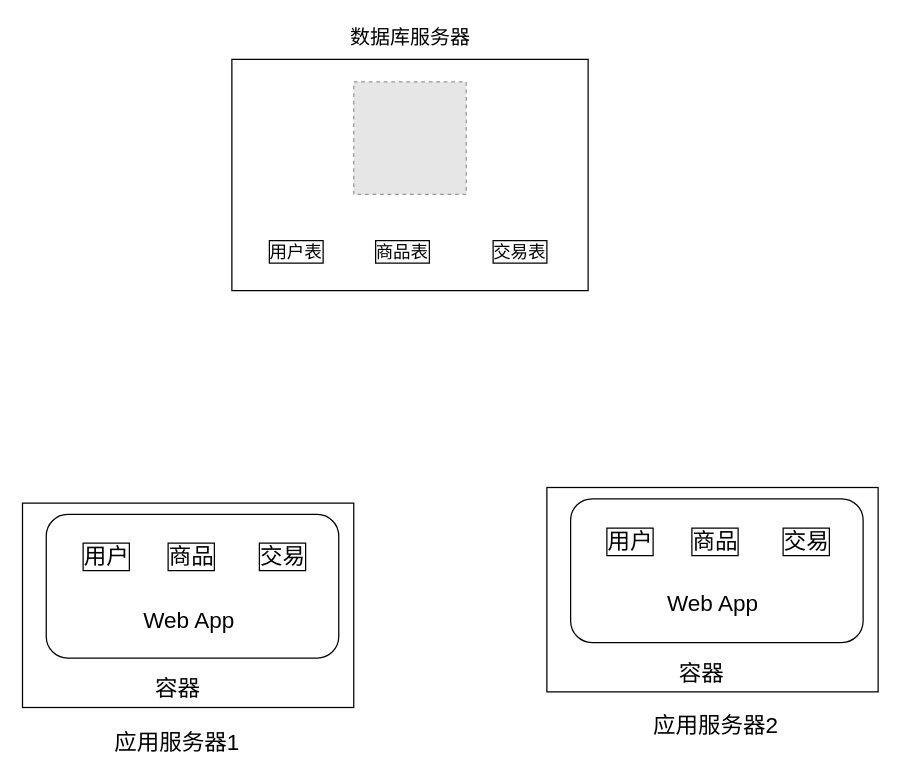
Earlier version of the draw.io diagram 数据库.drawio (cainiaoup/ws_diagrams). Source tidied: cells renumbered, new cells numbered last; positions are measured from the earlier drawing's top-left corner, leaving out a move shared by most shapes. Both pictures are drawn from the tidied source at 125%, with x=0, y=0 at pixel (21, 21). Pictures stored in the file or linked from it are replaced by grey dashed boxes.
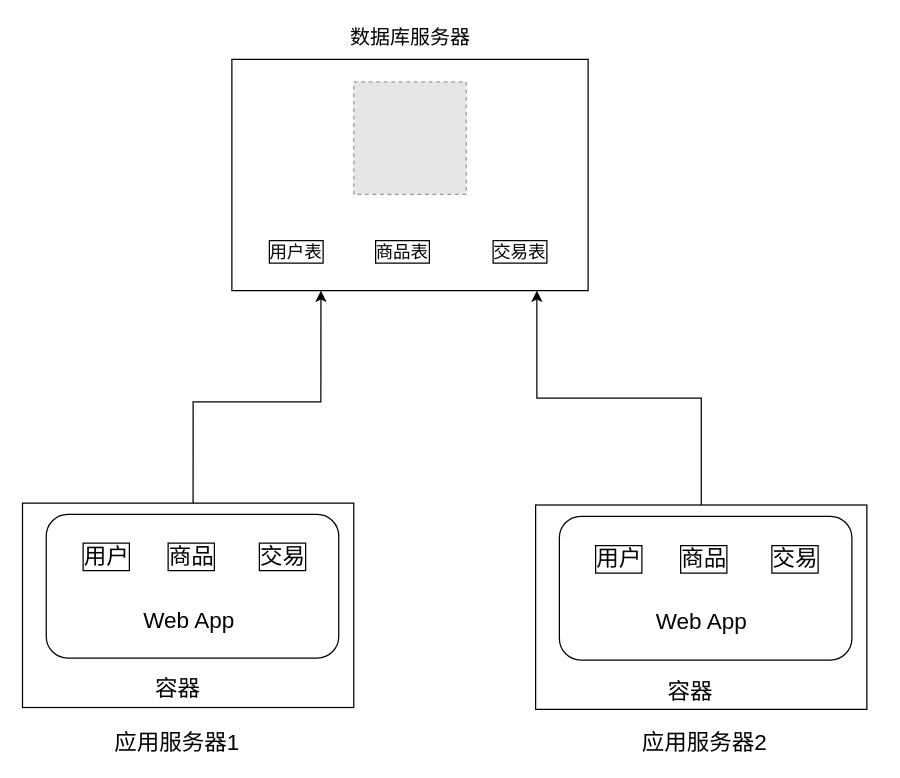
The same page after the edit.

Commit message (it also covers changes not shown here):
更新数据库.drawio

Unchanged cells that the change refers to:
```xml
<mxCell id="2" style="rounded=0;whiteSpace=wrap;html=1;strokeColor=#000000;fontSize=14;" parent="1" vertex="1">
  <mxGeometry x="0.5" y="385" width="265" height="163.5" as="geometry" />
</mxCell>
<mxCell id="4" style="rounded=0;whiteSpace=wrap;html=1;" parent="1" vertex="1">
  <mxGeometry x="168" y="30" width="285" height="185" as="geometry" />
</mxCell>
```

The edit, as a diff of the source:
```diff
@@
+    <mxCell id="24" style="edgeStyle=orthogonalEdgeStyle;rounded=0;jettySize=auto;html=1;fontSize=18;entryX=0.25;entryY=1;entryDx=0;entryDy=0;exitX=0.515;exitY=0;exitDx=0;exitDy=0;exitPerimeter=0;" parent="1" edge="1" source="2" target="4">
+      <mxGeometry relative="1" as="geometry">
+        <Array as="points">
+          <mxPoint x="137" y="304" />
+          <mxPoint x="239" y="304" />
+        </Array>
+      </mxGeometry>
+    </mxCell>
@@
+    <mxCell id="25" style="edgeStyle=orthogonalEdgeStyle;rounded=0;jettySize=auto;html=1;fontSize=18;" parent="1" edge="1" source="16" target="4">
+      <mxGeometry relative="1" as="geometry">
+        <Array as="points">
+          <mxPoint x="544" y="301" />
+          <mxPoint x="412" y="301" />
+        </Array>
+      </mxGeometry>
+    </mxCell>
     <mxCell id="16" style="rounded=0;whiteSpace=wrap;html=1;strokeColor=#000000;fontSize=14;" parent="1" vertex="1">
-      <mxGeometry x="420" y="372.5" width="265" height="163.5" as="geometry" />
+      <mxGeometry x="411" y="386.5" width="265" height="163.5" as="geometry" />
     </mxCell>
     <mxCell id="17" style="rounded=1;whiteSpace=wrap;html=1;strokeColor=#000000;fontSize=14;" parent="1" vertex="1">
-      <mxGeometry x="439" y="381.5" width="234" height="115" as="geometry" />
+      <mxGeometry x="430" y="395.5" width="234" height="115" as="geometry" />
     </mxCell>
     <mxCell id="18" value="用户" style="text;html=1;strokeColor=none;fillColor=none;align=center;verticalAlign=middle;whiteSpace=wrap;rounded=0;fontSize=18;labelBorderColor=#000000;" parent="1" vertex="1">
-      <mxGeometry x="459" y="398.5" width="56" height="34" as="geometry" />
+      <mxGeometry x="450" y="412.5" width="56" height="34" as="geometry" />
     </mxCell>
     <mxCell id="19" value="商品" style="text;html=1;strokeColor=none;fillColor=none;align=center;verticalAlign=middle;whiteSpace=wrap;rounded=0;fontSize=18;labelBorderColor=#000000;" parent="1" vertex="1">
-      <mxGeometry x="527" y="398.5" width="56" height="34" as="geometry" />
+      <mxGeometry x="518" y="412.5" width="56" height="34" as="geometry" />
     </mxCell>
     <mxCell id="20" value="交易" style="text;html=1;strokeColor=none;fillColor=none;align=center;verticalAlign=middle;whiteSpace=wrap;rounded=0;fontSize=18;labelBorderColor=#000000;" parent="1" vertex="1">
-      <mxGeometry x="600" y="398.5" width="56" height="34" as="geometry" />
+      <mxGeometry x="591" y="412.5" width="56" height="34" as="geometry" />
     </mxCell>
     <mxCell id="21" value="Web App" style="text;html=1;strokeColor=none;fillColor=none;align=center;verticalAlign=middle;whiteSpace=wrap;rounded=0;fontSize=18;" parent="1" vertex="1">
-      <mxGeometry x="506" y="458.5" width="94" height="15" as="geometry" />
+      <mxGeometry x="497" y="472.5" width="94" height="15" as="geometry" />
     </mxCell>
     <mxCell id="22" value="容器" style="text;html=1;strokeColor=none;fillColor=none;align=center;verticalAlign=middle;whiteSpace=wrap;rounded=0;fontSize=18;" parent="1" vertex="1">
-      <mxGeometry x="524" y="511.5" width="40" height="20" as="geometry" />
+      <mxGeometry x="515" y="525.5" width="40" height="20" as="geometry" />
     </mxCell>
     <mxCell id="23" value="应用服务器2" style="text;html=1;strokeColor=none;fillColor=none;align=center;verticalAlign=middle;whiteSpace=wrap;rounded=0;fontSize=18;" parent="1" vertex="1">
-      <mxGeometry x="491.5" y="553" width="127" height="19" as="geometry" />
+      <mxGeometry x="482.5" y="567" width="127" height="19" as="geometry" />
     </mxCell>
```
